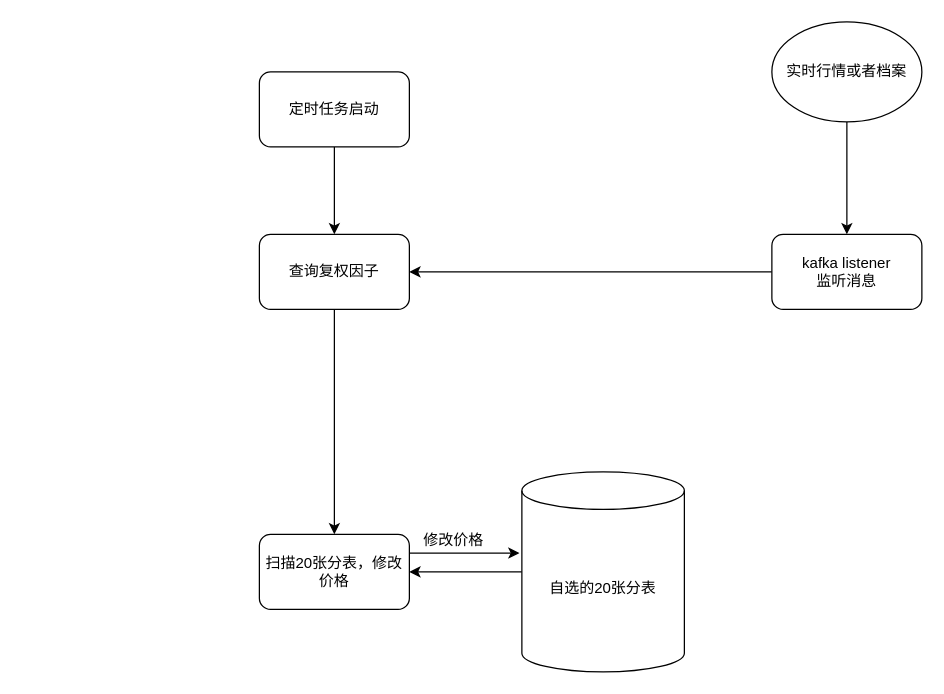
Earlier version of the draw.io diagram 未命名绘图.drawio (Hia-Hia/A-note). Source tidied: cells renumbered, new cells numbered last; positions are measured from the earlier drawing's top-left corner, leaving out a move shared by most shapes. Both pictures are drawn from the tidied source at 125%, with x=0, y=0 at pixel (259, 21).
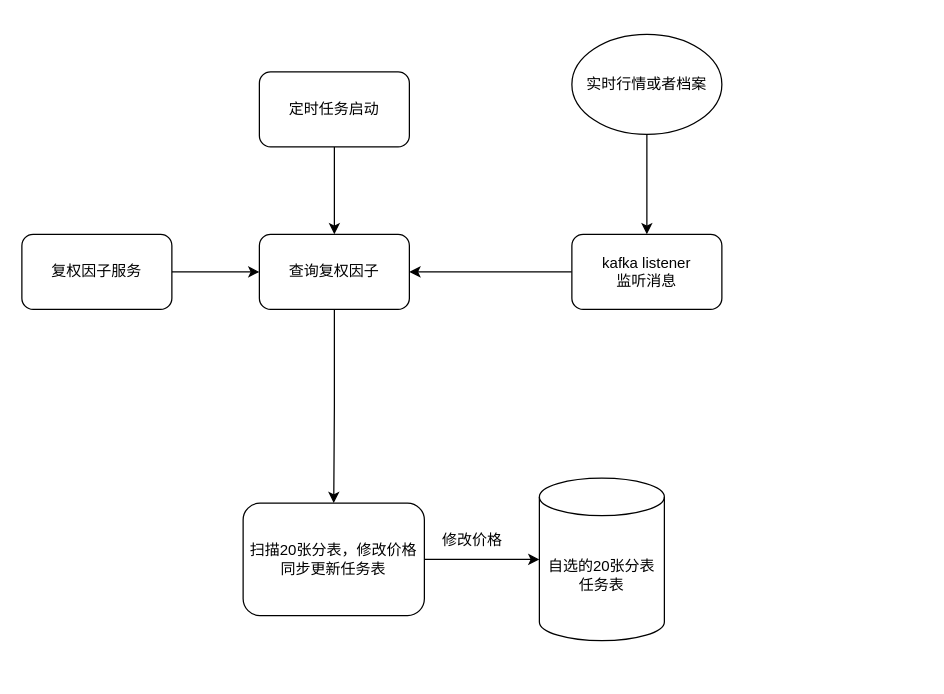
After the change.

Commit message:
自选价格复权.drawio

Diff of the diagram source:
```diff
@@
 <mxGraphModel>
   <root>
     <mxCell id="0" />
     <mxCell id="1" parent="0" />
     <mxCell id="2" style="edgeStyle=orthogonalEdgeStyle;rounded=0;jettySize=auto;html=1;" parent="1" edge="1" source="3" target="5">
       <mxGeometry relative="1" as="geometry" />
     </mxCell>
     <mxCell id="3" value="定时任务启动" style="rounded=1;whiteSpace=wrap;html=1;" parent="1" vertex="1">
       <mxGeometry y="40" width="120" height="60" as="geometry" />
     </mxCell>
     <mxCell id="4" style="edgeStyle=orthogonalEdgeStyle;rounded=0;jettySize=auto;html=1;" parent="1" edge="1" source="5" target="12">
       <mxGeometry relative="1" as="geometry" />
     </mxCell>
     <mxCell id="5" value="查询复权因子" style="rounded=1;whiteSpace=wrap;html=1;" parent="1" vertex="1">
       <mxGeometry y="170" width="120" height="60" as="geometry" />
     </mxCell>
     <mxCell id="6" style="edgeStyle=orthogonalEdgeStyle;rounded=0;jettySize=auto;html=1;entryX=1;entryY=0.5;entryDx=0;entryDy=0;" parent="1" edge="1" source="7" target="5">
       <mxGeometry relative="1" as="geometry" />
     </mxCell>
     <mxCell id="7" value="kafka listener&lt;div&gt;监听消息&lt;/div&gt;" style="rounded=1;whiteSpace=wrap;html=1;" parent="1" vertex="1">
-      <mxGeometry x="410" y="170" width="120" height="60" as="geometry" />
+      <mxGeometry x="250" y="170" width="120" height="60" as="geometry" />
     </mxCell>
     <mxCell id="8" style="edgeStyle=orthogonalEdgeStyle;rounded=0;jettySize=auto;html=1;" parent="1" edge="1" source="9" target="7">
       <mxGeometry relative="1" as="geometry" />
     </mxCell>
     <mxCell id="9" value="实时行情或者档案" style="ellipse;whiteSpace=wrap;html=1;" parent="1" vertex="1">
-      <mxGeometry x="410" width="120" height="80" as="geometry" />
+      <mxGeometry x="250" y="10" width="120" height="80" as="geometry" />
     </mxCell>
-    <mxCell id="10" style="edgeStyle=orthogonalEdgeStyle;rounded=0;jettySize=auto;html=1;exitX=0;exitY=0.5;exitDx=0;exitDy=0;exitPerimeter=0;entryX=1;entryY=0.5;entryDx=0;entryDy=0;" parent="1" edge="1" source="11" target="12">
-      <mxGeometry relative="1" as="geometry" />
-    </mxCell>
-    <mxCell id="11" value="自选的20张分表" style="shape=cylinder3;whiteSpace=wrap;html=1;boundedLbl=1;backgroundOutline=1;size=15;" parent="1" vertex="1">
-      <mxGeometry x="210" y="360" width="130" height="160" as="geometry" />
+    <mxCell id="11" value="自选的20张分表&lt;div&gt;任务表&lt;/div&gt;" style="shape=cylinder3;whiteSpace=wrap;html=1;boundedLbl=1;backgroundOutline=1;size=15;" parent="1" vertex="1">
+      <mxGeometry x="224" y="365" width="100" height="130" as="geometry" />
     </mxCell>
-    <mxCell id="12" value="扫描20张分表，修改价格" style="rounded=1;whiteSpace=wrap;html=1;" parent="1" vertex="1">
-      <mxGeometry y="410" width="120" height="60" as="geometry" />
+    <mxCell id="12" value="扫描20张分表，修改价格&lt;div&gt;同步更新任务表&lt;/div&gt;" style="rounded=1;whiteSpace=wrap;html=1;" parent="1" vertex="1">
+      <mxGeometry x="-13" y="385" width="145" height="90" as="geometry" />
     </mxCell>
+    <mxCell id="14" value="修改价格" style="text;html=1;align=center;verticalAlign=middle;strokeColor=none;fillColor=none;" parent="1" vertex="1">
+      <mxGeometry x="135" y="400" width="70" height="30" as="geometry" />
+    </mxCell>
-    <mxCell id="13" style="edgeStyle=orthogonalEdgeStyle;rounded=0;jettySize=auto;html=1;exitX=1;exitY=0.25;exitDx=0;exitDy=0;entryX=-0.015;entryY=0.406;entryDx=0;entryDy=0;entryPerimeter=0;" parent="1" edge="1" source="12" target="11">
+    <mxCell id="13" style="edgeStyle=orthogonalEdgeStyle;rounded=0;jettySize=auto;html=1;exitX=1;exitY=0.5;exitDx=0;exitDy=0;entryX=0;entryY=0.5;entryDx=0;entryDy=0;entryPerimeter=0;" parent="1" edge="1" source="12" target="11">
       <mxGeometry relative="1" as="geometry" />
     </mxCell>
-    <mxCell id="14" value="修改价格" style="text;html=1;align=center;verticalAlign=middle;strokeColor=none;fillColor=none;" parent="1" vertex="1">
-      <mxGeometry x="120" y="400" width="70" height="30" as="geometry" />
-    </mxCell>
+    <mxCell id="15" style="edgeStyle=orthogonalEdgeStyle;rounded=0;jettySize=auto;html=1;" parent="1" edge="1" source="16" target="5">
+      <mxGeometry relative="1" as="geometry" />
+    </mxCell>
+    <mxCell id="16" value="复权因子服务" style="rounded=1;whiteSpace=wrap;html=1;" parent="1" vertex="1">
+      <mxGeometry x="-190" y="170" width="120" height="60" as="geometry" />
+    </mxCell>
   </root>
 </mxGraphModel>
```
